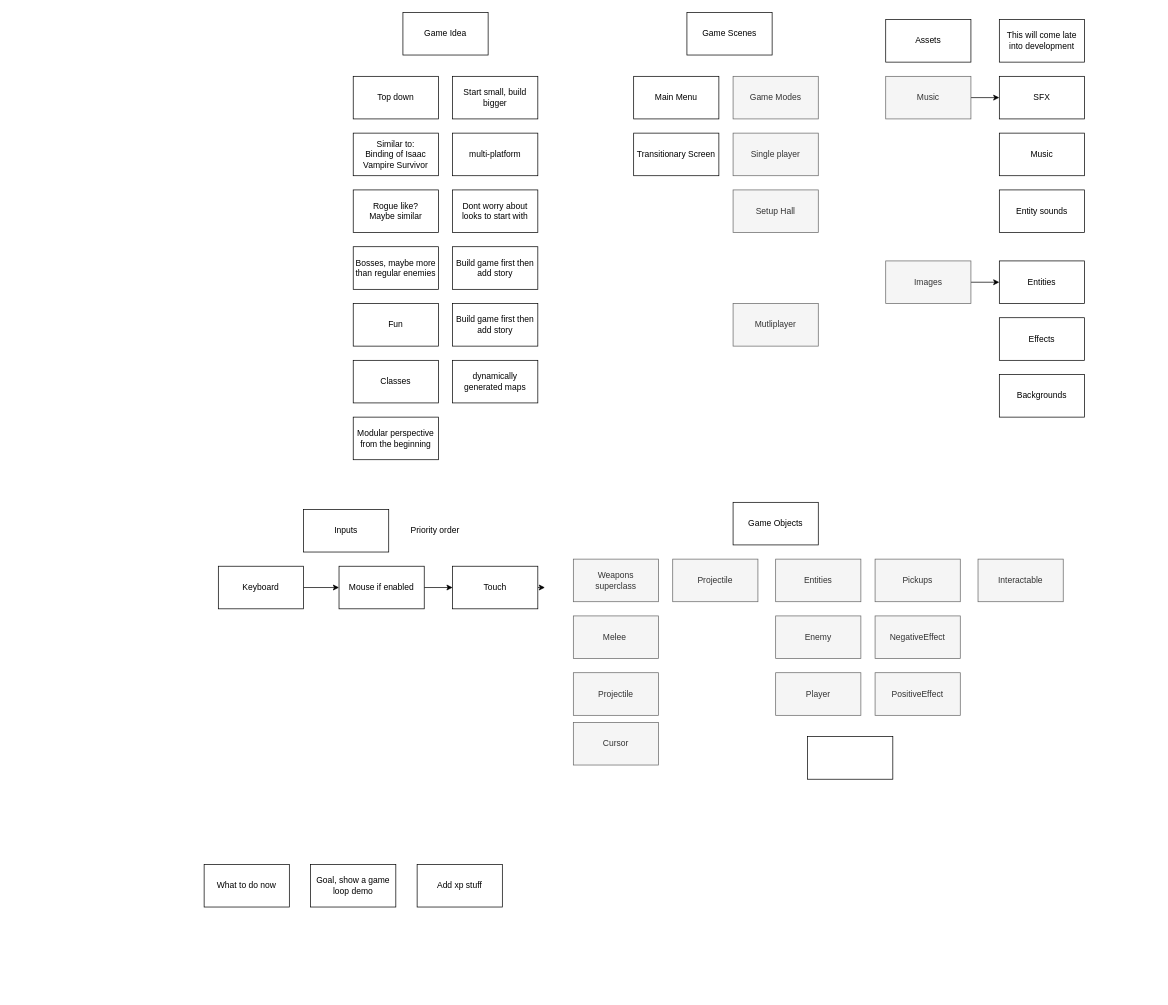
Above: plans/brainstorm.drawio in Edrito/Runefire (draw.io), before the change. Source tidied: cells renumbered, new cells numbered last; positions are measured from the earlier drawing's top-left corner, leaving out a move shared by most shapes. Both pictures are drawn from the tidied source at 71%, with x=0, y=0 at pixel (204, 12).
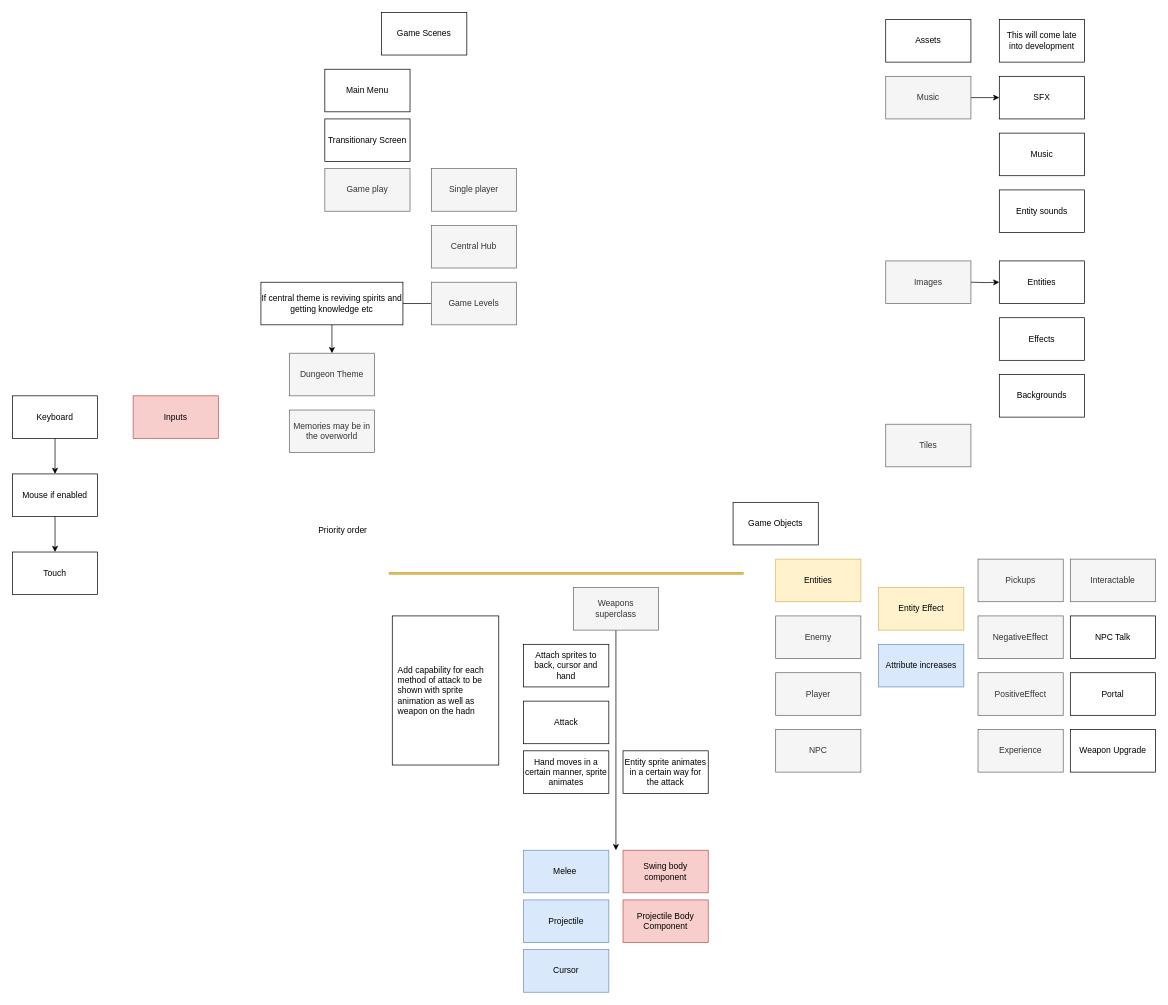
The same diagram, later.

Unchanged cells that the change refers to:
```xml
<mxCell id="48" value="Entities" style="rounded=0;whiteSpace=wrap;html=1;" parent="1" vertex="1">
  <mxGeometry x="1120" y="350" width="120" height="60" as="geometry" />
</mxCell>
```

Diff of the diagram source:
```diff
@@
-    <mxCell id="2" value="Game Idea" style="rounded=0;whiteSpace=wrap;html=1;" parent="1" vertex="1">
-      <mxGeometry x="280" width="120" height="60" as="geometry" />
-    </mxCell>
-    <mxCell id="3" value="Top down" style="rounded=0;whiteSpace=wrap;html=1;" parent="1" vertex="1">
-      <mxGeometry x="210" y="90" width="120" height="60" as="geometry" />
-    </mxCell>
-    <mxCell id="4" value="Similar to:&lt;br&gt;Binding of Isaac&lt;br&gt;Vampire Survivor" style="rounded=0;whiteSpace=wrap;html=1;" parent="1" vertex="1">
-      <mxGeometry x="210" y="170" width="120" height="60" as="geometry" />
-    </mxCell>
-    <mxCell id="5" value="Rogue like?&lt;br&gt;Maybe similar" style="rounded=0;whiteSpace=wrap;html=1;" parent="1" vertex="1">
-      <mxGeometry x="210" y="250" width="120" height="60" as="geometry" />
-    </mxCell>
-    <mxCell id="6" value="Bosses, maybe more than regular enemies" style="rounded=0;whiteSpace=wrap;html=1;" parent="1" vertex="1">
-      <mxGeometry x="210" y="330" width="120" height="60" as="geometry" />
-    </mxCell>
-    <mxCell id="7" value="Fun" style="rounded=0;whiteSpace=wrap;html=1;" parent="1" vertex="1">
-      <mxGeometry x="210" y="410" width="120" height="60" as="geometry" />
-    </mxCell>
-    <mxCell id="8" value="Classes" style="rounded=0;whiteSpace=wrap;html=1;" parent="1" vertex="1">
-      <mxGeometry x="210" y="490" width="120" height="60" as="geometry" />
-    </mxCell>
-    <mxCell id="9" value="Modular perspective from the beginning" style="rounded=0;whiteSpace=wrap;html=1;" parent="1" vertex="1">
-      <mxGeometry x="210" y="570" width="120" height="60" as="geometry" />
-    </mxCell>
-    <mxCell id="10" value="Start small, build bigger" style="rounded=0;whiteSpace=wrap;html=1;" parent="1" vertex="1">
-      <mxGeometry x="350" y="90" width="120" height="60" as="geometry" />
-    </mxCell>
-    <mxCell id="11" value="multi-platform" style="rounded=0;whiteSpace=wrap;html=1;" parent="1" vertex="1">
-      <mxGeometry x="350" y="170" width="120" height="60" as="geometry" />
-    </mxCell>
-    <mxCell id="12" value="Dont worry about looks to start with" style="rounded=0;whiteSpace=wrap;html=1;" parent="1" vertex="1">
-      <mxGeometry x="350" y="250" width="120" height="60" as="geometry" />
-    </mxCell>
-    <mxCell id="13" value="Build game first then add story" style="rounded=0;whiteSpace=wrap;html=1;" parent="1" vertex="1">
-      <mxGeometry x="350" y="330" width="120" height="60" as="geometry" />
-    </mxCell>
-    <mxCell id="14" value="Build game first then add story" style="rounded=0;whiteSpace=wrap;html=1;" parent="1" vertex="1">
-      <mxGeometry x="350" y="410" width="120" height="60" as="geometry" />
-    </mxCell>
     <mxCell id="15" value="Game Scenes" style="rounded=0;whiteSpace=wrap;html=1;" parent="1" vertex="1">
-      <mxGeometry x="680" width="120" height="60" as="geometry" />
+      <mxGeometry x="250" width="120" height="60" as="geometry" />
     </mxCell>
     <mxCell id="16" value="Main Menu" style="rounded=0;whiteSpace=wrap;html=1;" parent="1" vertex="1">
-      <mxGeometry x="605" y="90" width="120" height="60" as="geometry" />
+      <mxGeometry x="170" y="80" width="120" height="60" as="geometry" />
     </mxCell>
-    <mxCell id="17" value="Game Modes" style="rounded=0;whiteSpace=wrap;html=1;fillColor=#f5f5f5;strokeColor=#666666;fontColor=#333333;" parent="1" vertex="1">
-      <mxGeometry x="745" y="90" width="120" height="60" as="geometry" />
+    <mxCell id="17" value="Game play" style="rounded=0;whiteSpace=wrap;html=1;fillColor=#f5f5f5;strokeColor=#666666;fontColor=#333333;" parent="1" vertex="1">
+      <mxGeometry x="170" y="220" width="120" height="60" as="geometry" />
     </mxCell>
     <mxCell id="18" value="Single player" style="rounded=0;whiteSpace=wrap;html=1;fillColor=#f5f5f5;strokeColor=#666666;fontColor=#333333;" parent="1" vertex="1">
-      <mxGeometry x="745" y="170" width="120" height="60" as="geometry" />
+      <mxGeometry x="320" y="220" width="120" height="60" as="geometry" />
     </mxCell>
-    <mxCell id="19" value="Mutliplayer" style="rounded=0;whiteSpace=wrap;html=1;fillColor=#f5f5f5;strokeColor=#666666;fontColor=#333333;" parent="1" vertex="1">
-      <mxGeometry x="745" y="410" width="120" height="60" as="geometry" />
-    </mxCell>
-    <mxCell id="20" value="Setup Hall" style="rounded=0;whiteSpace=wrap;html=1;fillColor=#f5f5f5;strokeColor=#666666;fontColor=#333333;" parent="1" vertex="1">
-      <mxGeometry x="745" y="250" width="120" height="60" as="geometry" />
+    <mxCell id="20" value="Central Hub" style="rounded=0;whiteSpace=wrap;html=1;fillColor=#f5f5f5;strokeColor=#666666;fontColor=#333333;" parent="1" vertex="1">
+      <mxGeometry x="320" y="300" width="120" height="60" as="geometry" />
     </mxCell>
     <mxCell id="21" value="Transitionary Screen" style="rounded=0;whiteSpace=wrap;html=1;" parent="1" vertex="1">
-      <mxGeometry x="605" y="170" width="120" height="60" as="geometry" />
+      <mxGeometry x="170" y="150" width="120" height="60" as="geometry" />
     </mxCell>
@@
-    <mxCell id="24" value="Projectile" style="rounded=0;whiteSpace=wrap;html=1;fillColor=#f5f5f5;strokeColor=#666666;fontColor=#333333;" parent="1" vertex="1">
-      <mxGeometry x="660" y="770" width="120" height="60" as="geometry" />
+    <mxCell id="24" value="Projectile Body Component" style="rounded=0;whiteSpace=wrap;html=1;fillColor=#f8cecc;strokeColor=#b85450;fontColor=#000000;" parent="1" vertex="1">
+      <mxGeometry x="590" y="1250" width="120" height="60" as="geometry" />
     </mxCell>
     <mxCell id="25" value="PositiveEffect" style="rounded=0;whiteSpace=wrap;html=1;fillColor=#f5f5f5;strokeColor=#666666;fontColor=#333333;" parent="1" vertex="1">
-      <mxGeometry x="945" y="930" width="120" height="60" as="geometry" />
+      <mxGeometry x="1090" y="930" width="120" height="60" as="geometry" />
     </mxCell>
     <mxCell id="26" value="NegativeEffect" style="rounded=0;whiteSpace=wrap;html=1;fillColor=#f5f5f5;strokeColor=#666666;fontColor=#333333;" parent="1" vertex="1">
-      <mxGeometry x="945" y="850" width="120" height="60" as="geometry" />
+      <mxGeometry x="1090" y="850" width="120" height="60" as="geometry" />
     </mxCell>
@@
     <mxCell id="28" value="Interactable" style="rounded=0;whiteSpace=wrap;html=1;fillColor=#f5f5f5;strokeColor=#666666;fontColor=#333333;" parent="1" vertex="1">
-      <mxGeometry x="1090" y="770" width="120" height="60" as="geometry" />
+      <mxGeometry x="1220" y="770" width="120" height="60" as="geometry" />
     </mxCell>
-    <mxCell id="29" value="Entities" style="rounded=0;whiteSpace=wrap;html=1;fillColor=#f5f5f5;strokeColor=#666666;fontColor=#333333;" parent="1" vertex="1">
+    <mxCell id="29" value="Entities" style="rounded=0;whiteSpace=wrap;html=1;fillColor=#fff2cc;strokeColor=#d6b656;" parent="1" vertex="1">
       <mxGeometry x="805" y="770" width="120" height="60" as="geometry" />
     </mxCell>
     <mxCell id="30" value="Pickups" style="rounded=0;whiteSpace=wrap;html=1;fillColor=#f5f5f5;strokeColor=#666666;fontColor=#333333;" parent="1" vertex="1">
-      <mxGeometry x="945" y="770" width="120" height="60" as="geometry" />
+      <mxGeometry x="1090" y="770" width="120" height="60" as="geometry" />
     </mxCell>
-    <mxCell id="31" value="Inputs" style="rounded=0;whiteSpace=wrap;html=1;" parent="1" vertex="1">
-      <mxGeometry x="140" y="700" width="120" height="60" as="geometry" />
+    <mxCell id="31" value="Inputs" style="rounded=0;whiteSpace=wrap;html=1;fillColor=#f8cecc;strokeColor=#b85450;" parent="1" vertex="1">
+      <mxGeometry x="-100" y="540" width="120" height="60" as="geometry" />
     </mxCell>
@@
     <mxCell id="33" value="Keyboard" style="rounded=0;whiteSpace=wrap;html=1;" parent="1" vertex="1">
-      <mxGeometry x="20" y="780" width="120" height="60" as="geometry" />
+      <mxGeometry x="-270" y="540" width="120" height="60" as="geometry" />
     </mxCell>
@@
     <mxCell id="35" value="Mouse if enabled" style="rounded=0;whiteSpace=wrap;html=1;" parent="1" vertex="1">
-      <mxGeometry x="190" y="780" width="120" height="60" as="geometry" />
+      <mxGeometry x="-270" y="650" width="120" height="60" as="geometry" />
     </mxCell>
-    <mxCell id="36" style="edgeStyle=orthogonalEdgeStyle;rounded=0;jettySize=auto;html=1;exitX=1;exitY=0.5;exitDx=0;exitDy=0;" parent="1" edge="1" source="37">
-      <mxGeometry relative="1" as="geometry">
-        <mxPoint x="480" y="809.5" as="targetPoint" />
-      </mxGeometry>
-    </mxCell>
     <mxCell id="37" value="Touch" style="rounded=0;whiteSpace=wrap;html=1;" parent="1" vertex="1">
-      <mxGeometry x="350" y="780" width="120" height="60" as="geometry" />
+      <mxGeometry x="-270" y="760" width="120" height="60" as="geometry" />
     </mxCell>
     <mxCell id="38" value="Priority order" style="text;html=1;align=center;verticalAlign=middle;strokeColor=none;fillColor=none;" parent="1" vertex="1">
-      <mxGeometry x="280" y="715" width="90" height="30" as="geometry" />
+      <mxGeometry x="150" y="715" width="90" height="30" as="geometry" />
     </mxCell>
@@
-    <mxCell id="43" style="edgeStyle=orthogonalEdgeStyle;rounded=0;jettySize=auto;html=1;" parent="1" edge="1" source="44" target="48">
-      <mxGeometry relative="1" as="geometry" />
+    <mxCell id="43" style="edgeStyle=orthogonalEdgeStyle;rounded=0;jettySize=auto;html=1;" parent="1" edge="1" target="48">
+      <mxGeometry relative="1" as="geometry">
+        <mxPoint x="1080" y="380" as="sourcePoint" />
+      </mxGeometry>
     </mxCell>
-    <mxCell id="44" value="Images" style="rounded=0;whiteSpace=wrap;html=1;fillColor=#f5f5f5;strokeColor=#666666;fontColor=#333333;" parent="1" vertex="1">
-      <mxGeometry x="960" y="350" width="120" height="60" as="geometry" />
-    </mxCell>
@@
-    <mxCell id="51" value="dynamically generated maps" style="rounded=0;whiteSpace=wrap;html=1;" parent="1" vertex="1">
-      <mxGeometry x="350" y="490" width="120" height="60" as="geometry" />
-    </mxCell>
+    <mxCell id="60" style="edgeStyle=orthogonalEdgeStyle;rounded=0;jettySize=auto;html=1;exitX=0.5;exitY=1;exitDx=0;exitDy=0;" parent="1" edge="1" source="52">
+      <mxGeometry relative="1" as="geometry">
+        <mxPoint x="580" y="1180" as="targetPoint" />
+      </mxGeometry>
+    </mxCell>
     <mxCell id="52" value="Weapons&lt;br&gt;superclass" style="rounded=0;whiteSpace=wrap;html=1;fillColor=#f5f5f5;strokeColor=#666666;fontColor=#333333;" parent="1" vertex="1">
-      <mxGeometry x="520" y="770" width="120" height="60" as="geometry" />
+      <mxGeometry x="520" y="810" width="120" height="60" as="geometry" />
     </mxCell>
-    <mxCell id="53" value="Melee&lt;span style=&quot;white-space: pre;&quot;&gt; &lt;/span&gt;" style="rounded=0;whiteSpace=wrap;html=1;fillColor=#f5f5f5;strokeColor=#666666;fontColor=#333333;" parent="1" vertex="1">
-      <mxGeometry x="520" y="850" width="120" height="60" as="geometry" />
+    <mxCell id="53" value="Melee&lt;span style=&quot;white-space: pre;&quot;&gt; &lt;/span&gt;" style="rounded=0;whiteSpace=wrap;html=1;fillColor=#dae8fc;strokeColor=#6c8ebf;fontColor=#000000;" parent="1" vertex="1">
+      <mxGeometry x="450" y="1180" width="120" height="60" as="geometry" />
     </mxCell>
-    <mxCell id="54" value="Projectile" style="rounded=0;whiteSpace=wrap;html=1;fillColor=#f5f5f5;strokeColor=#666666;fontColor=#333333;" parent="1" vertex="1">
-      <mxGeometry x="520" y="930" width="120" height="60" as="geometry" />
+    <mxCell id="54" value="Projectile" style="rounded=0;whiteSpace=wrap;html=1;fillColor=#dae8fc;strokeColor=#6c8ebf;fontColor=#000000;" parent="1" vertex="1">
+      <mxGeometry x="450" y="1250" width="120" height="60" as="geometry" />
     </mxCell>
-    <mxCell id="55" style="whiteSpace=wrap;html=1;" parent="1" vertex="1">
-      <mxGeometry x="850" y="1020" width="120" height="60" as="geometry" />
-    </mxCell>
-    <mxCell id="56" value="Cursor" style="rounded=0;whiteSpace=wrap;html=1;fillColor=#f5f5f5;strokeColor=#666666;fontColor=#333333;" parent="1" vertex="1">
-      <mxGeometry x="520" y="1000" width="120" height="60" as="geometry" />
+    <mxCell id="56" value="Cursor" style="rounded=0;whiteSpace=wrap;html=1;fillColor=#dae8fc;strokeColor=#6c8ebf;fontColor=#000000;" parent="1" vertex="1">
+      <mxGeometry x="450" y="1320" width="120" height="60" as="geometry" />
     </mxCell>
-    <mxCell id="57" value="What to do now" style="rounded=0;whiteSpace=wrap;html=1;" parent="1" vertex="1">
-      <mxGeometry y="1200" width="120" height="60" as="geometry" />
-    </mxCell>
-    <mxCell id="58" value="Goal, show a game loop demo" style="rounded=0;whiteSpace=wrap;html=1;" parent="1" vertex="1">
-      <mxGeometry x="150" y="1200" width="120" height="60" as="geometry" />
-    </mxCell>
-    <mxCell id="59" value="Add xp stuff" style="rounded=0;whiteSpace=wrap;html=1;" parent="1" vertex="1">
-      <mxGeometry x="300" y="1200" width="120" height="60" as="geometry" />
-    </mxCell>
+    <mxCell id="44" value="Images" style="rounded=0;whiteSpace=wrap;html=1;fillColor=#f5f5f5;strokeColor=#666666;fontColor=#333333;" parent="1" vertex="1">
+      <mxGeometry x="960" y="350" width="120" height="60" as="geometry" />
+    </mxCell>
+    <mxCell id="61" value="Tiles" style="rounded=0;whiteSpace=wrap;html=1;fillColor=#f5f5f5;strokeColor=#666666;fontColor=#333333;" parent="1" vertex="1">
+      <mxGeometry x="960" y="580" width="120" height="60" as="geometry" />
+    </mxCell>
+    <mxCell id="62" value="Experience" style="rounded=0;whiteSpace=wrap;html=1;fillColor=#f5f5f5;strokeColor=#666666;fontColor=#333333;" parent="1" vertex="1">
+      <mxGeometry x="1090" y="1010" width="120" height="60" as="geometry" />
+    </mxCell>
+    <mxCell id="63" value="NPC" style="rounded=0;whiteSpace=wrap;html=1;fillColor=#f5f5f5;strokeColor=#666666;fontColor=#333333;" parent="1" vertex="1">
+      <mxGeometry x="805" y="1010" width="120" height="60" as="geometry" />
+    </mxCell>
+    <mxCell id="64" value="NPC Talk" style="rounded=0;whiteSpace=wrap;html=1;" parent="1" vertex="1">
+      <mxGeometry x="1220" y="850" width="120" height="60" as="geometry" />
+    </mxCell>
+    <mxCell id="65" value="Portal" style="rounded=0;whiteSpace=wrap;html=1;" parent="1" vertex="1">
+      <mxGeometry x="1220" y="930" width="120" height="60" as="geometry" />
+    </mxCell>
+    <mxCell id="66" value="Weapon Upgrade" style="rounded=0;whiteSpace=wrap;html=1;" parent="1" vertex="1">
+      <mxGeometry x="1220" y="1010" width="120" height="60" as="geometry" />
+    </mxCell>
+    <mxCell id="67" value="Add capability for each method of attack to be shown with sprite animation as well as weapon on the hadn" style="rounded=0;whiteSpace=wrap;html=1;align=left;spacing=8;" parent="1" vertex="1">
+      <mxGeometry x="265" y="850" width="150" height="210" as="geometry" />
+    </mxCell>
+    <mxCell id="68" value="Swing body component" style="rounded=0;whiteSpace=wrap;html=1;fillColor=#f8cecc;strokeColor=#b85450;fontColor=#000000;" parent="1" vertex="1">
+      <mxGeometry x="590" y="1180" width="120" height="60" as="geometry" />
+    </mxCell>
+    <mxCell id="69" value="Attach sprites to back, cursor and hand" style="rounded=0;whiteSpace=wrap;html=1;" parent="1" vertex="1">
+      <mxGeometry x="450" y="890" width="120" height="60" as="geometry" />
+    </mxCell>
+    <mxCell id="70" value="Attack" style="rounded=0;whiteSpace=wrap;html=1;" parent="1" vertex="1">
+      <mxGeometry x="450" y="970" width="120" height="60" as="geometry" />
+    </mxCell>
+    <mxCell id="71" value="Hand moves in a certain manner, sprite animates" style="rounded=0;whiteSpace=wrap;html=1;" parent="1" vertex="1">
+      <mxGeometry x="450" y="1040" width="120" height="60" as="geometry" />
+    </mxCell>
+    <mxCell id="72" value="Entity sprite animates in a certain way for the attack" style="rounded=0;whiteSpace=wrap;html=1;" parent="1" vertex="1">
+      <mxGeometry x="590" y="1040" width="120" height="60" as="geometry" />
+    </mxCell>
+    <mxCell id="73" style="endArrow=none;html=1;rounded=0;strokeWidth=4;fillColor=#fff2cc;strokeColor=#d6b656;" parent="1" edge="1">
+      <mxGeometry relative="1" as="geometry">
+        <mxPoint x="260" y="790" as="sourcePoint" />
+        <mxPoint x="760" y="790" as="targetPoint" />
+      </mxGeometry>
+    </mxCell>
+    <mxCell id="74" style="edgeStyle=orthogonalEdgeStyle;rounded=0;jettySize=auto;html=1;exitX=0;exitY=0.5;exitDx=0;exitDy=0;entryX=0.5;entryY=0;entryDx=0;entryDy=0;" parent="1" edge="1" source="75" target="76">
+      <mxGeometry relative="1" as="geometry" />
+    </mxCell>
+    <mxCell id="75" value="Game Levels" style="rounded=0;whiteSpace=wrap;html=1;fillColor=#f5f5f5;strokeColor=#666666;fontColor=#333333;" parent="1" vertex="1">
+      <mxGeometry x="320" y="380" width="120" height="60" as="geometry" />
+    </mxCell>
+    <mxCell id="76" value="Dungeon Theme" style="whiteSpace=wrap;html=1;fillColor=#f5f5f5;strokeColor=#666666;fontColor=#333333;rounded=0;" parent="1" vertex="1">
+      <mxGeometry x="120" y="480" width="120" height="60" as="geometry" />
+    </mxCell>
+    <mxCell id="77" value="If central theme is reviving spirits and getting knowledge etc" style="rounded=0;whiteSpace=wrap;html=1;" parent="1" vertex="1">
+      <mxGeometry x="80" y="380" width="200" height="60" as="geometry" />
+    </mxCell>
+    <mxCell id="78" value="Memories may be in the overworld" style="whiteSpace=wrap;html=1;fillColor=#f5f5f5;strokeColor=#666666;fontColor=#333333;rounded=0;" parent="1" vertex="1">
+      <mxGeometry x="120" y="560" width="120" height="60" as="geometry" />
+    </mxCell>
+    <mxCell id="79" value="Entity Effect" style="rounded=0;whiteSpace=wrap;html=1;fillColor=#fff2cc;strokeColor=#d6b656;" parent="1" vertex="1">
+      <mxGeometry x="950" y="810" width="120" height="60" as="geometry" />
+    </mxCell>
+    <mxCell id="80" value="Attribute increases" style="rounded=0;whiteSpace=wrap;html=1;fillColor=#dae8fc;strokeColor=#6c8ebf;" parent="1" vertex="1">
+      <mxGeometry x="950" y="890" width="120" height="60" as="geometry" />
+    </mxCell>
```
